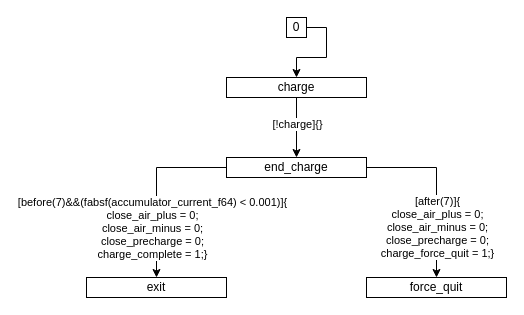
osceri/AMS-CC keeps this draw.io diagram as page "charge" (5 of 7) of xver/xsm/XML/graph.drawio. Above is the earlier version. Source tidied: cells renumbered, new cells numbered last; positions are measured from the earlier drawing's top-left corner, leaving out a move shared by most shapes. Both pictures are drawn from the tidied source at 100%, with x=0, y=0 at pixel (86, 17).
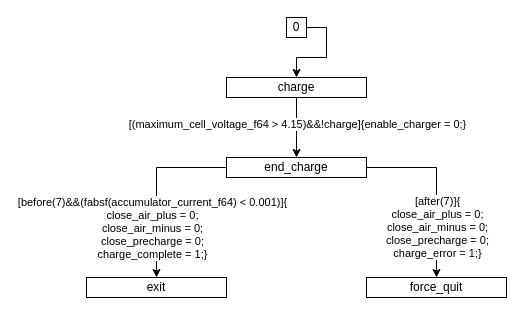
The same page after the edit.

Diff of the diagram source:
```diff
@@
 <mxGraphModel>
   <root>
     <mxCell id="0" />
     <mxCell id="1" parent="0" />
     <mxCell id="2" style="edgeStyle=orthogonalEdgeStyle;rounded=0;jettySize=auto;html=1;exitX=1;exitY=0.5;exitDx=0;exitDy=0;entryX=0.5;entryY=0;entryDx=0;entryDy=0;" parent="1" edge="1" source="3" target="6">
       <mxGeometry relative="1" as="geometry" />
     </mxCell>
     <mxCell id="3" value="0" style="rounded=0;whiteSpace=wrap;html=1;" parent="1" vertex="1">
       <mxGeometry x="200" width="20" height="20" as="geometry" />
     </mxCell>
     <mxCell id="4" style="edgeStyle=orthogonalEdgeStyle;rounded=0;jettySize=auto;html=1;exitX=0.5;exitY=1;exitDx=0;exitDy=0;entryX=0.5;entryY=0;entryDx=0;entryDy=0;" parent="1" edge="1" source="6" target="11">
       <mxGeometry relative="1" as="geometry" />
     </mxCell>
-    <mxCell id="5" value="[!charge]{}" style="edgeLabel;html=1;align=center;verticalAlign=middle;" parent="4" vertex="1">
+    <mxCell id="5" value="[(maximum_cell_voltage_f64 &amp;gt; 4.15)&amp;amp;&amp;amp;!charge]{enable_charger = 0;}" style="edgeLabel;html=1;align=center;verticalAlign=middle;" parent="4" vertex="1">
       <mxGeometry x="-0.13" relative="1" as="geometry" />
     </mxCell>
     <mxCell id="6" value="charge" style="rounded=0;whiteSpace=wrap;html=1;" parent="1" vertex="1">
       <mxGeometry x="140" y="60" width="140" height="20" as="geometry" />
     </mxCell>
     <mxCell id="7" style="edgeStyle=orthogonalEdgeStyle;rounded=0;jettySize=auto;html=1;exitX=0;exitY=0.5;exitDx=0;exitDy=0;entryX=0.5;entryY=0;entryDx=0;entryDy=0;" parent="1" edge="1" source="11" target="12">
       <mxGeometry relative="1" as="geometry" />
     </mxCell>
     <mxCell id="8" value="&lt;div&gt;[before(7)&amp;amp;&amp;amp;(fabsf(accumulator_current_f64) &amp;lt; 0.001)]{&lt;/div&gt;&lt;div&gt;close_air_plus = 0;&lt;/div&gt;&lt;div&gt;close_air_minus = 0;&lt;/div&gt;&lt;div&gt;close_precharge = 0;&lt;/div&gt;&lt;div&gt;charge_complete = 1;}&lt;/div&gt;" style="edgeLabel;html=1;align=center;verticalAlign=middle;" parent="7" vertex="1">
       <mxGeometry x="0.41" y="1" relative="1" as="geometry">
         <mxPoint x="-6" y="3" as="offset" />
       </mxGeometry>
     </mxCell>
     <mxCell id="9" style="edgeStyle=orthogonalEdgeStyle;rounded=0;jettySize=auto;html=1;exitX=1;exitY=0.5;exitDx=0;exitDy=0;entryX=0.5;entryY=0;entryDx=0;entryDy=0;" parent="1" edge="1" source="11" target="13">
       <mxGeometry relative="1" as="geometry" />
     </mxCell>
-    <mxCell id="10" value="&lt;div&gt;[after(7)]{&lt;/div&gt;&lt;div&gt;close_air_plus = 0;&lt;/div&gt;&lt;div&gt;close_air_minus = 0;&lt;/div&gt;&lt;div&gt;close_precharge = 0;&lt;/div&gt;&lt;div&gt;charge_force_quit = 1;}&lt;/div&gt;" style="edgeLabel;html=1;align=center;verticalAlign=middle;" parent="9" vertex="1">
+    <mxCell id="10" value="&lt;div&gt;[after(7)]{&lt;/div&gt;&lt;div&gt;close_air_plus = 0;&lt;/div&gt;&lt;div&gt;close_air_minus = 0;&lt;/div&gt;&lt;div&gt;close_precharge = 0;&lt;/div&gt;&lt;div&gt;charge_error = 1;}&lt;/div&gt;" style="edgeLabel;html=1;align=center;verticalAlign=middle;" parent="9" vertex="1">
       <mxGeometry x="0.46" relative="1" as="geometry">
         <mxPoint y="-2" as="offset" />
       </mxGeometry>
     </mxCell>
     <mxCell id="11" value="end_charge" style="rounded=0;whiteSpace=wrap;html=1;" parent="1" vertex="1">
       <mxGeometry x="140" y="140" width="140" height="20" as="geometry" />
     </mxCell>
     <mxCell id="12" value="exit" style="rounded=0;whiteSpace=wrap;html=1;" parent="1" vertex="1">
       <mxGeometry y="260" width="140" height="20" as="geometry" />
     </mxCell>
     <mxCell id="13" value="force_quit" style="rounded=0;whiteSpace=wrap;html=1;" parent="1" vertex="1">
       <mxGeometry x="280" y="260" width="140" height="20" as="geometry" />
     </mxCell>
   </root>
 </mxGraphModel>
```
